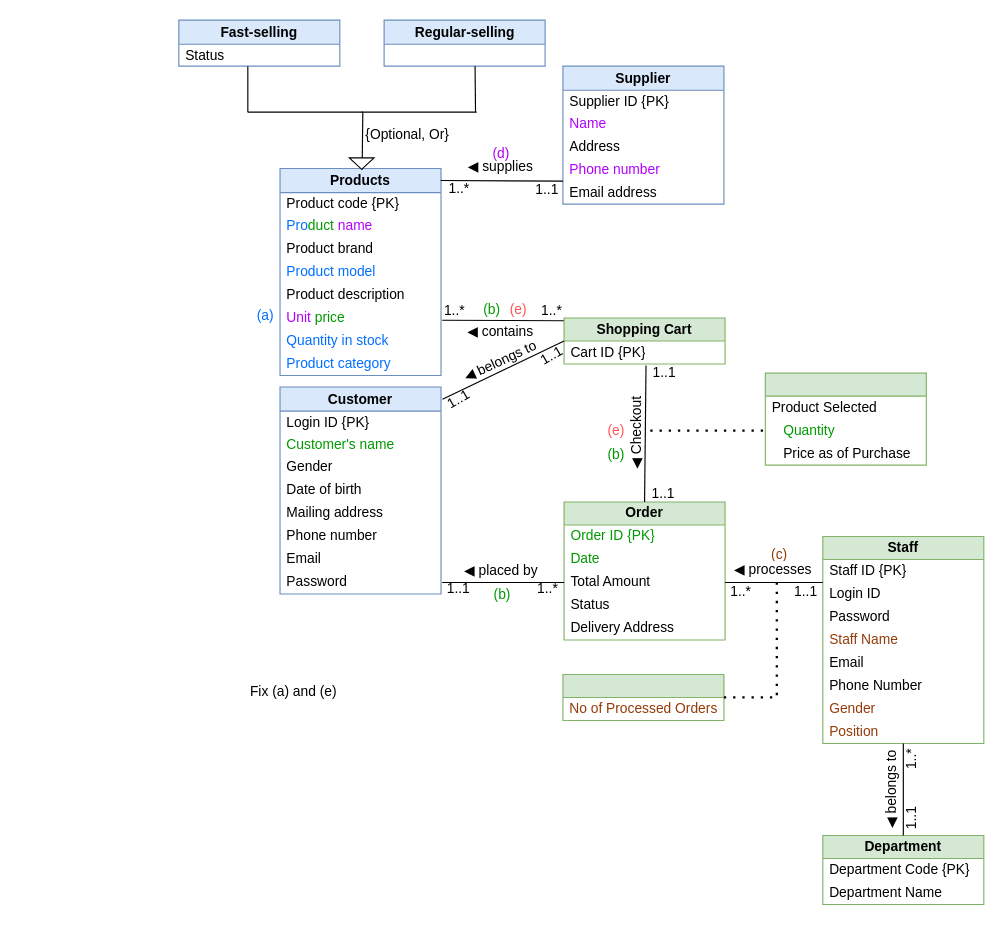
The draw.io diagram Assignment_1.drawio in shadowngks/DBMS, before the edit. Source tidied: cells renumbered, new cells numbered last; positions are measured from the earlier drawing's top-left corner, leaving out a move shared by most shapes. Both pictures are drawn from the tidied source at 115%, with x=0, y=0 at pixel (178, 20).
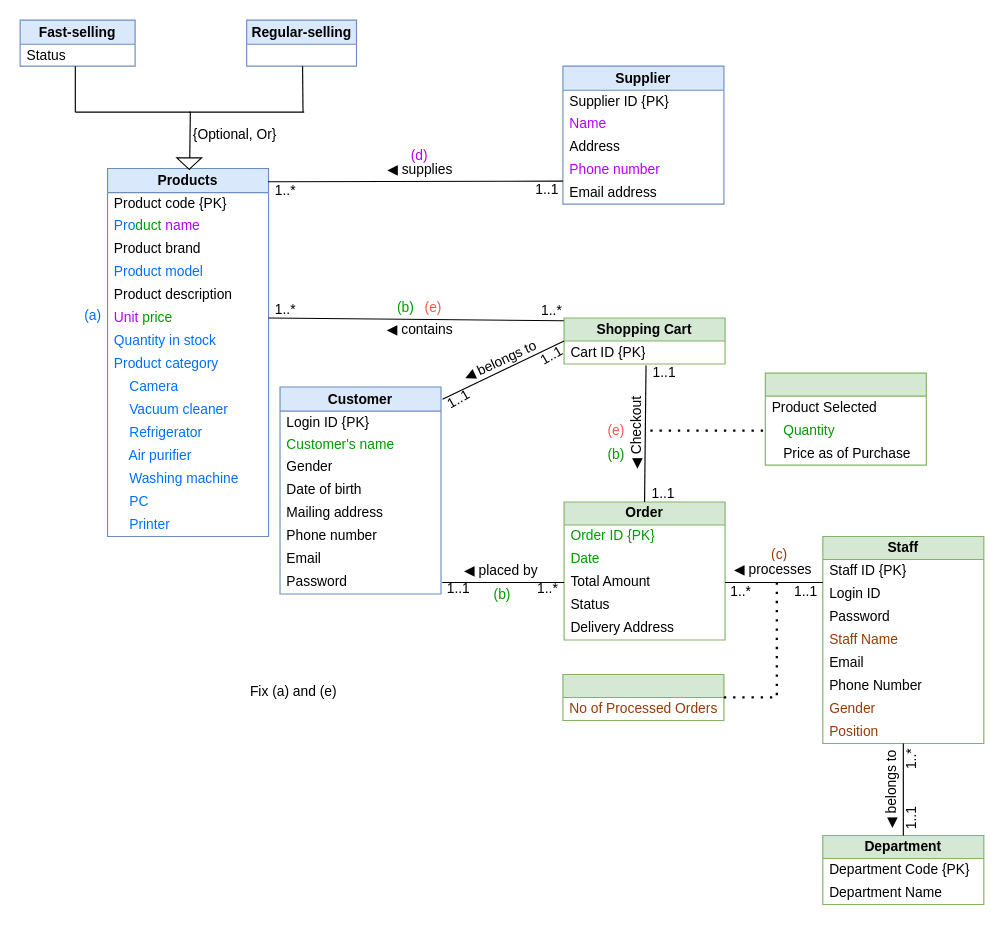
The same diagram, later.

Commit message:
Added products under category

The change refers to these unchanged cells:
```xml
<mxCell id="8" value="Unit &lt;font color=&quot;#009900&quot;&gt;price&lt;/font&gt;" style="text;html=1;align=left;verticalAlign=middle;whiteSpace=wrap;rounded=0;spacingLeft=4;fontColor=#B300FF;" parent="2" vertex="1">
  <mxGeometry y="120" width="140" height="20" as="geometry" />
</mxCell>
<mxCell id="15" value="Phone number" style="text;html=1;align=left;verticalAlign=middle;whiteSpace=wrap;rounded=0;spacingLeft=4;fontColor=#B300FF;" parent="11" vertex="1">
  <mxGeometry y="80" width="140" height="20" as="geometry" />
</mxCell>
```

Diff of the diagram source:
```diff
@@
     <mxCell id="2" value="Products" style="swimlane;fontStyle=1;horizontal=1;startSize=21;whiteSpace=wrap;html=1;fillColor=#dae8fc;strokeColor=#6c8ebf;" parent="1" vertex="1">
-      <mxGeometry x="88" y="129" width="140" height="180" as="geometry" />
+      <mxGeometry x="-62" y="129" width="140" height="320" as="geometry" />
     </mxCell>
@@
+    <mxCell id="101" value="&lt;font color=&quot;#006fff&quot;&gt;&amp;nbsp; &amp;nbsp; Camera&lt;/font&gt;" style="text;html=1;align=left;verticalAlign=middle;whiteSpace=wrap;rounded=0;spacingLeft=4;" parent="2" vertex="1">
+      <mxGeometry y="180" width="140" height="20" as="geometry" />
+    </mxCell>
+    <mxCell id="102" value="&amp;nbsp; &amp;nbsp; Vacuum cleaner" style="text;html=1;align=left;verticalAlign=middle;whiteSpace=wrap;rounded=0;spacingLeft=4;fontColor=#006fff;" parent="2" vertex="1">
+      <mxGeometry y="200" width="140" height="20" as="geometry" />
+    </mxCell>
+    <mxCell id="103" value="&amp;nbsp; &amp;nbsp; Refrigerator" style="text;html=1;align=left;verticalAlign=middle;whiteSpace=wrap;rounded=0;spacingLeft=4;fontColor=#006fff;" parent="2" vertex="1">
+      <mxGeometry y="220" width="140" height="20" as="geometry" />
+    </mxCell>
+    <mxCell id="104" value="&amp;nbsp; &amp;nbsp; Air purifier" style="text;html=1;align=left;verticalAlign=middle;whiteSpace=wrap;rounded=0;spacingLeft=4;fontColor=#006fff;" parent="2" vertex="1">
+      <mxGeometry y="240" width="140" height="20" as="geometry" />
+    </mxCell>
+    <mxCell id="105" value="&amp;nbsp; &amp;nbsp; Washing machine" style="text;html=1;align=left;verticalAlign=middle;whiteSpace=wrap;rounded=0;spacingLeft=4;fontColor=#006fff;" parent="2" vertex="1">
+      <mxGeometry y="260" width="140" height="20" as="geometry" />
+    </mxCell>
+    <mxCell id="106" value="&amp;nbsp; &amp;nbsp; PC" style="text;html=1;align=left;verticalAlign=middle;whiteSpace=wrap;rounded=0;spacingLeft=4;fontColor=#006fff;" parent="2" vertex="1">
+      <mxGeometry y="280" width="140" height="20" as="geometry" />
+    </mxCell>
+    <mxCell id="107" value="&amp;nbsp; &amp;nbsp; Printer" style="text;html=1;align=left;verticalAlign=middle;whiteSpace=wrap;rounded=0;spacingLeft=4;fontColor=#006fff;" parent="2" vertex="1">
+      <mxGeometry y="300" width="140" height="20" as="geometry" />
+    </mxCell>
@@
     <mxCell id="26" value="&lt;span style=&quot;font-family: sans-serif; font-size: 12.0191px; text-align: start; white-space: pre; background-color: rgb(255, 255, 255);&quot;&gt;◀ supplies&lt;/span&gt;" style="text;html=1;align=center;verticalAlign=middle;whiteSpace=wrap;rounded=0;" parent="1" vertex="1">
-      <mxGeometry x="250" y="113" width="60" height="30" as="geometry" />
+      <mxGeometry x="179.5" y="115.2" width="60" height="30" as="geometry" />
     </mxCell>
@@
     <mxCell id="28" value="1..*" style="text;html=1;align=center;verticalAlign=middle;whiteSpace=wrap;rounded=0;" parent="1" vertex="1">
-      <mxGeometry x="229" y="143" width="30" height="7.5" as="geometry" />
+      <mxGeometry x="78" y="145.5" width="30" height="7.5" as="geometry" />
     </mxCell>
     <mxCell id="29" value="Fast-selling" style="swimlane;fontStyle=1;horizontal=1;startSize=21;whiteSpace=wrap;html=1;fillColor=#dae8fc;strokeColor=#6c8ebf;" parent="1" vertex="1">
-      <mxGeometry width="140" height="40" as="geometry" />
+      <mxGeometry x="-138" width="100" height="40" as="geometry" />
     </mxCell>
     <mxCell id="30" value="Status" style="text;strokeColor=none;fillColor=none;align=left;verticalAlign=middle;spacingLeft=4;spacingRight=4;overflow=hidden;whiteSpace=wrap;html=1;" parent="29" vertex="1">
-      <mxGeometry y="21" width="140" height="19" as="geometry" />
+      <mxGeometry y="21" width="100" height="19" as="geometry" />
     </mxCell>
     <mxCell id="31" style="endArrow=none;html=1;rounded=0;exitX=0.503;exitY=0.006;exitDx=0;exitDy=0;exitPerimeter=0;" parent="1" edge="1">
       <mxGeometry relative="1" as="geometry">
-        <mxPoint x="159.4" y="130.1" as="sourcePoint" />
-        <mxPoint x="160" y="80" as="targetPoint" />
+        <mxPoint x="9.4" y="130.1" as="sourcePoint" />
+        <mxPoint x="10" y="80" as="targetPoint" />
       </mxGeometry>
     </mxCell>
-    <mxCell id="32" style="endArrow=none;html=1;rounded=0;entryX=0;entryY=1;entryDx=0;entryDy=0;exitX=0.998;exitY=0.058;exitDx=0;exitDy=0;exitPerimeter=0;" parent="1" edge="1" source="2" target="15">
+    <mxCell id="32" style="endArrow=none;html=1;rounded=0;entryX=0;entryY=1;entryDx=0;entryDy=0;exitX=0.997;exitY=0.036;exitDx=0;exitDy=0;exitPerimeter=0;" parent="1" edge="1" source="2" target="15">
       <mxGeometry relative="1" as="geometry" />
     </mxCell>
     <mxCell id="33" value="{Optional, Or}" style="text;html=1;align=center;verticalAlign=middle;whiteSpace=wrap;rounded=0;" parent="1" vertex="1">
-      <mxGeometry x="128.5" y="85" width="140" height="30" as="geometry" />
+      <mxGeometry x="-21.5" y="85" width="140" height="30" as="geometry" />
     </mxCell>
@@
-    <mxCell id="36" style="endArrow=none;html=1;rounded=0;entryX=1;entryY=0.5;entryDx=0;entryDy=0;exitX=-0.002;exitY=0.021;exitDx=0;exitDy=0;exitPerimeter=0;" parent="1" edge="1">
+    <mxCell id="36" style="endArrow=none;html=1;rounded=0;entryX=1;entryY=0.5;entryDx=0;entryDy=0;exitX=-0.002;exitY=0.021;exitDx=0;exitDy=0;exitPerimeter=0;" parent="1" edge="1" target="8">
       <mxGeometry relative="1" as="geometry">
         <mxPoint x="334.7" y="261.4" as="sourcePoint" />
-        <mxPoint x="229" y="261" as="targetPoint" />
       </mxGeometry>
     </mxCell>
     <mxCell id="37" value="&lt;span style=&quot;font-family: sans-serif; font-size: 12.0191px; text-align: start; white-space: pre; background-color: rgb(255, 255, 255);&quot;&gt;◀ contains&lt;/span&gt;" style="text;html=1;align=center;verticalAlign=middle;whiteSpace=wrap;rounded=0;" parent="1" vertex="1">
-      <mxGeometry x="240" y="261" width="80" height="20" as="geometry" />
+      <mxGeometry x="169.5" y="259.2" width="80" height="20" as="geometry" />
     </mxCell>
@@
     <mxCell id="77" value="&lt;span style=&quot;font-family: sans-serif; font-size: 12.0191px; text-align: start; white-space: pre; background-color: rgb(255, 255, 255);&quot;&gt;(a)&lt;/span&gt;" style="text;html=1;align=center;verticalAlign=middle;whiteSpace=wrap;rounded=0;fontColor=#006FFF;" parent="1" vertex="1">
-      <mxGeometry x="63" y="249" width="25" height="15" as="geometry" />
+      <mxGeometry x="-87" y="249" width="25" height="15" as="geometry" />
     </mxCell>
@@
     <mxCell id="80" value="&lt;span style=&quot;font-family: sans-serif; font-size: 12.0191px; text-align: start; white-space: pre; background-color: rgb(255, 255, 255);&quot;&gt;(d)&lt;/span&gt;" style="text;html=1;align=center;verticalAlign=middle;whiteSpace=wrap;rounded=0;fontColor=#B300FF;" parent="1" vertex="1">
-      <mxGeometry x="267.5" y="108" width="25" height="15" as="geometry" />
+      <mxGeometry x="197" y="110.2" width="25" height="15" as="geometry" />
     </mxCell>
@@
     <mxCell id="89" value="1..*" style="text;html=1;align=center;verticalAlign=middle;whiteSpace=wrap;rounded=0;" parent="1" vertex="1">
-      <mxGeometry x="225" y="249" width="30" height="7.5" as="geometry" />
+      <mxGeometry x="78" y="248" width="30" height="7.5" as="geometry" />
     </mxCell>
@@
     <mxCell id="91" style="triangle;whiteSpace=wrap;html=1;rotation=90;" parent="1" vertex="1">
-      <mxGeometry x="154" y="114" width="10" height="21.5" as="geometry" />
+      <mxGeometry x="4" y="114" width="10" height="21.5" as="geometry" />
     </mxCell>
     <mxCell id="92" value="Regular-selling" style="swimlane;fontStyle=1;horizontal=1;startSize=21;whiteSpace=wrap;html=1;fillColor=#dae8fc;strokeColor=#6c8ebf;" parent="1" vertex="1">
-      <mxGeometry x="178.5" width="140" height="40" as="geometry" />
+      <mxGeometry x="59" width="95.5" height="40" as="geometry" />
     </mxCell>
     <mxCell id="93" style="endArrow=none;html=1;rounded=0;" parent="1" edge="1">
       <mxGeometry relative="1" as="geometry">
-        <mxPoint x="60" y="80" as="sourcePoint" />
-        <mxPoint x="160" y="80" as="targetPoint" />
+        <mxPoint x="-90" y="80" as="sourcePoint" />
+        <mxPoint x="10" y="80" as="targetPoint" />
       </mxGeometry>
     </mxCell>
     <mxCell id="94" style="endArrow=none;html=1;rounded=0;" parent="1" edge="1">
       <mxGeometry relative="1" as="geometry">
-        <mxPoint x="159" y="80" as="sourcePoint" />
-        <mxPoint x="259" y="80" as="targetPoint" />
+        <mxPoint x="9" y="80" as="sourcePoint" />
+        <mxPoint x="109" y="80" as="targetPoint" />
       </mxGeometry>
     </mxCell>
     <mxCell id="95" style="endArrow=none;html=1;rounded=0;" parent="1" edge="1">
       <mxGeometry relative="1" as="geometry">
-        <mxPoint x="60" y="80" as="sourcePoint" />
-        <mxPoint x="60" y="40" as="targetPoint" />
+        <mxPoint x="-90" y="80" as="sourcePoint" />
+        <mxPoint x="-90" y="40" as="targetPoint" />
       </mxGeometry>
     </mxCell>
     <mxCell id="96" style="endArrow=none;html=1;rounded=0;entryX=0.428;entryY=1.107;entryDx=0;entryDy=0;entryPerimeter=0;" parent="1" edge="1">
       <mxGeometry relative="1" as="geometry">
-        <mxPoint x="258" y="80" as="sourcePoint" />
-        <mxPoint x="257.6" y="40" as="targetPoint" />
+        <mxPoint x="108" y="80" as="sourcePoint" />
+        <mxPoint x="107.6" y="40" as="targetPoint" />
       </mxGeometry>
     </mxCell>
@@
     <mxCell id="98" value="&lt;span style=&quot;font-family: sans-serif; font-size: 12.0191px; text-align: start; white-space: pre; background-color: rgb(255, 255, 255);&quot;&gt;&lt;font color=&quot;#009900&quot;&gt;(b)&lt;/font&gt;&lt;/span&gt;" style="text;html=1;align=center;verticalAlign=middle;whiteSpace=wrap;rounded=0;fontColor=#FF5454;" parent="1" vertex="1">
-      <mxGeometry x="259.5" y="244.2" width="25" height="15" as="geometry" />
+      <mxGeometry x="185.2" y="242.5" width="25" height="15" as="geometry" />
     </mxCell>
     <mxCell id="99" value="&lt;span style=&quot;font-family: sans-serif; font-size: 12.0191px; text-align: start; white-space: pre; background-color: rgb(255, 255, 255);&quot;&gt;(e)&lt;/span&gt;" style="text;html=1;align=center;verticalAlign=middle;whiteSpace=wrap;rounded=0;fontColor=#FF5454;" parent="1" vertex="1">
-      <mxGeometry x="283" y="244.2" width="25" height="15" as="geometry" />
+      <mxGeometry x="208.8" y="242.5" width="25" height="15" as="geometry" />
     </mxCell>
```
